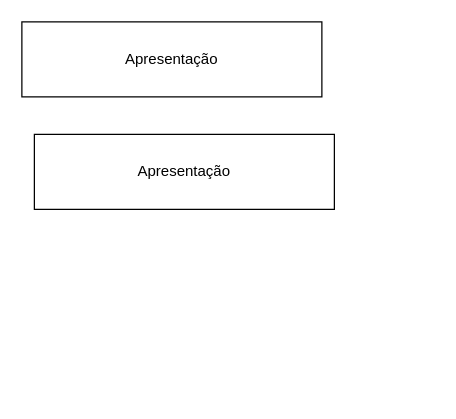
Before: Arquitetura Savvy Savings.drawio in izadoranetz/TP1-Labs, a draw.io diagram. Source tidied: cells renumbered, new cells numbered last; positions are measured from the earlier drawing's top-left corner, leaving out a move shared by most shapes. Both pictures are drawn from the tidied source at 125%, with x=0, y=0 at pixel (21, 21).
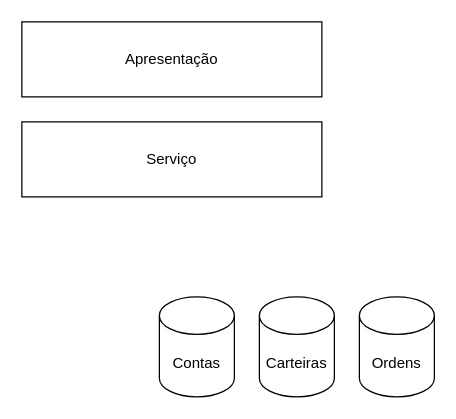
After the change.

The edit, as a diff of the source:
```diff
@@
 <mxGraphModel>
   <root>
     <mxCell id="0" />
     <mxCell id="1" parent="0" />
     <mxCell id="2" value="Apresentação" style="rounded=0;whiteSpace=wrap;html=1;" parent="1" vertex="1">
       <mxGeometry width="240" height="60" as="geometry" />
     </mxCell>
-    <mxCell id="3" value="Apresentação" style="rounded=0;whiteSpace=wrap;html=1;" parent="1" vertex="1">
-      <mxGeometry x="10" y="90" width="240" height="60" as="geometry" />
+    <mxCell id="3" value="Serviço" style="rounded=0;whiteSpace=wrap;html=1;" parent="1" vertex="1">
+      <mxGeometry y="80" width="240" height="60" as="geometry" />
     </mxCell>
+    <mxCell id="4" value="Contas" style="shape=cylinder3;whiteSpace=wrap;html=1;boundedLbl=1;backgroundOutline=1;size=15;" parent="1" vertex="1">
+      <mxGeometry x="110" y="220" width="60" height="80" as="geometry" />
+    </mxCell>
+    <mxCell id="5" value="Carteiras" style="shape=cylinder3;whiteSpace=wrap;html=1;boundedLbl=1;backgroundOutline=1;size=15;" parent="1" vertex="1">
+      <mxGeometry x="190" y="220" width="60" height="80" as="geometry" />
+    </mxCell>
+    <mxCell id="6" value="Ordens" style="shape=cylinder3;whiteSpace=wrap;html=1;boundedLbl=1;backgroundOutline=1;size=15;" parent="1" vertex="1">
+      <mxGeometry x="270" y="220" width="60" height="80" as="geometry" />
+    </mxCell>
   </root>
 </mxGraphModel>
```
